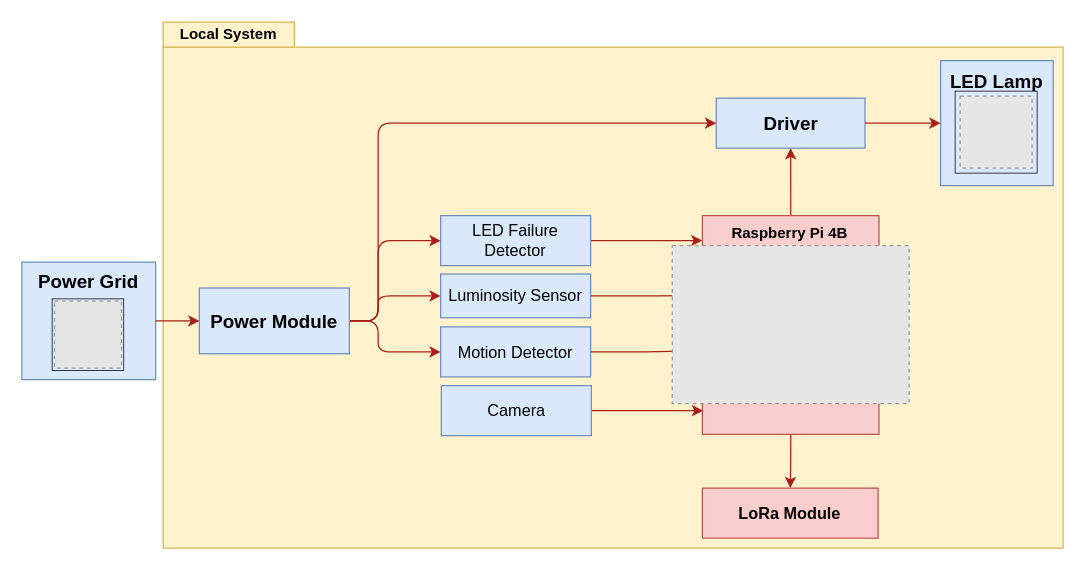
Earlier version of the draw.io diagram page "local_hw_arch" (4 of 7) of project/report/flowcharts/system_overview.drawio (ESRGgroup9/slipad). Source tidied: cells renumbered, new cells numbered last; positions are measured from the earlier drawing's top-left corner, leaving out a move shared by most shapes. Both pictures are drawn from the tidied source at 125%, with x=0, y=0 at pixel (21, 21). Pictures stored in the file or linked from it are replaced by grey dashed boxes.
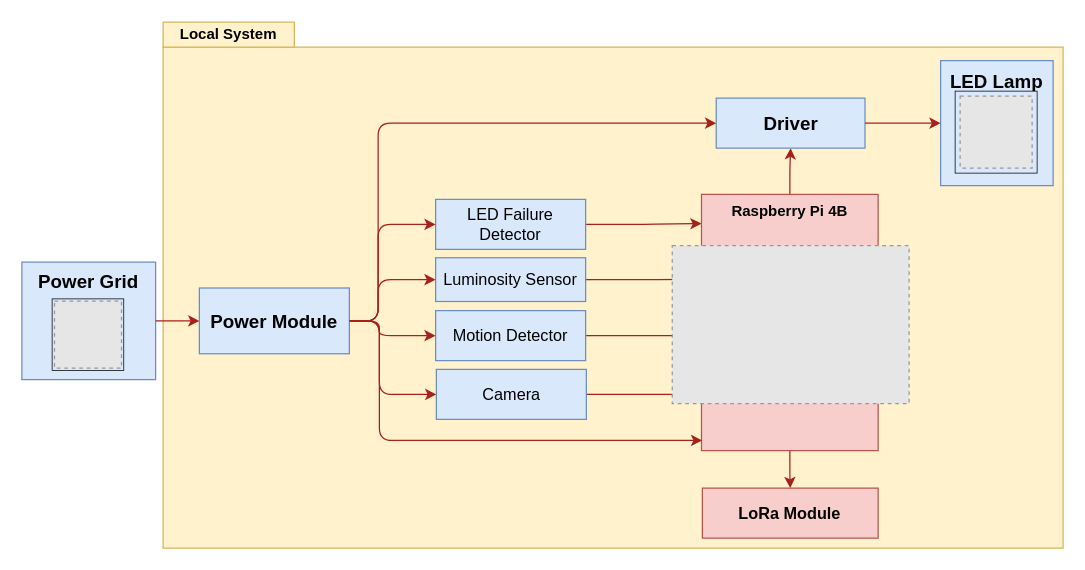
The same page after the edit.

Unchanged cells that the change refers to:
```xml
<mxCell id="27" value="Power Module" style="rounded=0;whiteSpace=wrap;html=1;fillColor=#dae8fc;strokeColor=#6c8ebf;fontColor=default;fontStyle=1;verticalAlign=middle;fontSize=15;" parent="1" vertex="1">
  <mxGeometry x="142" y="212.9" width="120" height="52.6" as="geometry" />
</mxCell>
```

Change to the diagram source:
```diff
@@
     <mxCell id="6" value="Raspberry Pi 4B" style="rounded=0;whiteSpace=wrap;html=1;fillColor=#f8cecc;strokeColor=#b85450;fontColor=default;verticalAlign=top;fontStyle=1;" parent="1" vertex="1">
-      <mxGeometry x="544.4" y="155" width="141.3" height="175" as="geometry" />
+      <mxGeometry x="543.7" y="138" width="141.3" height="205" as="geometry" />
     </mxCell>
@@
     <mxCell id="8" value="LED Failure Detector" style="text;html=1;strokeColor=#6C8EBF;fillColor=#dae8fc;align=center;verticalAlign=middle;whiteSpace=wrap;rounded=0;sketch=0;fontSize=13;strokeWidth=1;fontStyle=0;" parent="1" vertex="1">
-      <mxGeometry x="335" y="155" width="120" height="40" as="geometry" />
+      <mxGeometry x="331" y="142" width="120" height="40" as="geometry" />
     </mxCell>
-    <mxCell id="9" style="edgeStyle=orthogonalEdgeStyle;rounded=1;jettySize=auto;html=1;entryX=0;entryY=0.366;entryDx=0;entryDy=0;strokeColor=#A8201A;entryPerimeter=0;fontSize=10;labelBackgroundColor=none;verticalAlign=middle;" parent="1" edge="1" source="10" target="6">
+    <mxCell id="9" style="edgeStyle=orthogonalEdgeStyle;rounded=1;jettySize=auto;html=1;strokeColor=#A8201A;fontSize=10;labelBackgroundColor=none;verticalAlign=middle;" parent="1" edge="1" source="10">
       <mxGeometry as="geometry">
+        <mxPoint x="542" y="206" as="targetPoint" />
         <mxPoint y="-38" as="offset" />
       </mxGeometry>
     </mxCell>
     <mxCell id="10" value="Luminosity Sensor" style="text;html=1;strokeColor=#6C8EBF;fillColor=#dae8fc;align=center;verticalAlign=middle;whiteSpace=wrap;rounded=0;sketch=0;fontSize=13;strokeWidth=1;fontStyle=0;" parent="1" vertex="1">
-      <mxGeometry x="335" y="201.7" width="120" height="35" as="geometry" />
+      <mxGeometry x="331" y="188.7" width="120" height="35" as="geometry" />
     </mxCell>
-    <mxCell id="11" style="edgeStyle=orthogonalEdgeStyle;rounded=1;jettySize=auto;html=1;strokeColor=#A8201A;entryX=0.003;entryY=0.618;entryDx=0;entryDy=0;entryPerimeter=0;labelBackgroundColor=none;verticalAlign=middle;fontSize=10;" parent="1" edge="1" source="12" target="6">
+    <mxCell id="11" style="edgeStyle=orthogonalEdgeStyle;rounded=1;jettySize=auto;html=1;strokeColor=#A8201A;labelBackgroundColor=none;verticalAlign=middle;fontSize=10;" parent="1" edge="1" source="12">
       <mxGeometry as="geometry">
+        <mxPoint x="545" y="251" as="targetPoint" />
         <mxPoint x="16" y="-25" as="offset" />
       </mxGeometry>
     </mxCell>
     <mxCell id="12" value="&lt;font style=&quot;font-size: 13px;&quot;&gt;Motion Detector&lt;/font&gt;" style="text;html=1;strokeColor=#6C8EBF;fillColor=#dae8fc;align=center;verticalAlign=middle;whiteSpace=wrap;rounded=0;sketch=0;fontSize=13;strokeWidth=1;fontStyle=0;" parent="1" vertex="1">
-      <mxGeometry x="335" y="244" width="120" height="40" as="geometry" />
+      <mxGeometry x="331" y="231" width="120" height="40" as="geometry" />
     </mxCell>
-    <mxCell id="13" style="edgeStyle=orthogonalEdgeStyle;rounded=1;jettySize=auto;html=1;strokeColor=#A8201A;labelBackgroundColor=none;fontSize=10;" parent="1" edge="1" source="14">
+    <mxCell id="13" style="edgeStyle=orthogonalEdgeStyle;rounded=1;jettySize=auto;html=1;strokeColor=#A8201A;labelBackgroundColor=none;fontSize=10;exitX=1;exitY=0.5;exitDx=0;exitDy=0;" parent="1" edge="1" source="14">
       <mxGeometry as="geometry">
-        <mxPoint x="545" y="311" as="targetPoint" />
+        <mxPoint x="544" y="298" as="targetPoint" />
         <Array as="points">
-          <mxPoint x="545" y="311.2" />
+          <mxPoint x="544" y="298" />
         </Array>
         <mxPoint x="1" y="-26" as="offset" />
       </mxGeometry>
     </mxCell>
     <mxCell id="14" value="Camera" style="text;html=1;strokeColor=#6C8EBF;fillColor=#dae8fc;align=center;verticalAlign=middle;whiteSpace=wrap;rounded=0;sketch=0;fontSize=13;strokeWidth=1;fontStyle=0;" parent="1" vertex="1">
-      <mxGeometry x="335.6" y="291" width="120" height="40" as="geometry" />
+      <mxGeometry x="331.6" y="278" width="120" height="40" as="geometry" />
     </mxCell>
@@
     <mxCell id="24" style="edgeStyle=orthogonalEdgeStyle;rounded=1;jettySize=auto;html=1;entryX=0;entryY=0.5;entryDx=0;entryDy=0;strokeColor=#A8201A;" parent="1" edge="1" source="27" target="8">
       <mxGeometry relative="1" as="geometry">
         <Array as="points">
           <mxPoint x="285" y="239" />
-          <mxPoint x="285" y="175" />
+          <mxPoint x="285" y="162" />
         </Array>
       </mxGeometry>
     </mxCell>
     <mxCell id="25" style="edgeStyle=orthogonalEdgeStyle;rounded=1;jettySize=auto;html=1;entryX=0;entryY=0.5;entryDx=0;entryDy=0;strokeColor=#A8201A;" parent="1" edge="1" source="27" target="10">
       <mxGeometry relative="1" as="geometry">
         <Array as="points">
           <mxPoint x="285" y="239" />
-          <mxPoint x="285" y="219" />
+          <mxPoint x="285" y="206" />
         </Array>
       </mxGeometry>
     </mxCell>
-    <mxCell id="26" style="edgeStyle=orthogonalEdgeStyle;rounded=1;jettySize=auto;html=1;entryX=0;entryY=0.5;entryDx=0;entryDy=0;strokeColor=#A8201A;" parent="1" edge="1" source="27" target="12">
-      <mxGeometry relative="1" as="geometry">
-        <Array as="points">
-          <mxPoint x="285" y="239" />
-          <mxPoint x="285" y="264" />
-        </Array>
-      </mxGeometry>
-    </mxCell>
@@
+    <mxCell id="34" style="edgeStyle=orthogonalEdgeStyle;rounded=1;jettySize=auto;html=1;strokeColor=#A8201A;exitX=1;exitY=0.5;exitDx=0;exitDy=0;entryX=0.004;entryY=0.96;entryDx=0;entryDy=0;entryPerimeter=0;" parent="1" edge="1" source="27" target="6">
+      <mxGeometry relative="1" as="geometry">
+        <Array as="points">
+          <mxPoint x="286" y="239" />
+          <mxPoint x="286" y="335" />
+        </Array>
+      </mxGeometry>
+    </mxCell>
+    <mxCell id="35" style="edgeStyle=orthogonalEdgeStyle;rounded=1;jettySize=auto;html=1;strokeColor=#A8201A;exitX=1;exitY=0.5;exitDx=0;exitDy=0;entryX=0;entryY=0.5;entryDx=0;entryDy=0;" parent="1" edge="1" target="12">
+      <mxGeometry relative="1" as="geometry">
+        <mxPoint x="262.1" y="239" as="sourcePoint" />
+        <Array as="points">
+          <mxPoint x="286" y="239" />
+          <mxPoint x="286" y="251" />
+        </Array>
+      </mxGeometry>
+    </mxCell>
+    <mxCell id="36" style="edgeStyle=orthogonalEdgeStyle;rounded=1;jettySize=auto;html=1;strokeColor=#A8201A;exitX=1;exitY=0.5;exitDx=0;exitDy=0;entryX=0;entryY=0.5;entryDx=0;entryDy=0;" parent="1" edge="1" target="14">
+      <mxGeometry relative="1" as="geometry">
+        <mxPoint x="262.1" y="239" as="sourcePoint" />
+        <Array as="points">
+          <mxPoint x="286" y="239" />
+          <mxPoint x="286" y="298" />
+        </Array>
+      </mxGeometry>
+    </mxCell>
```
